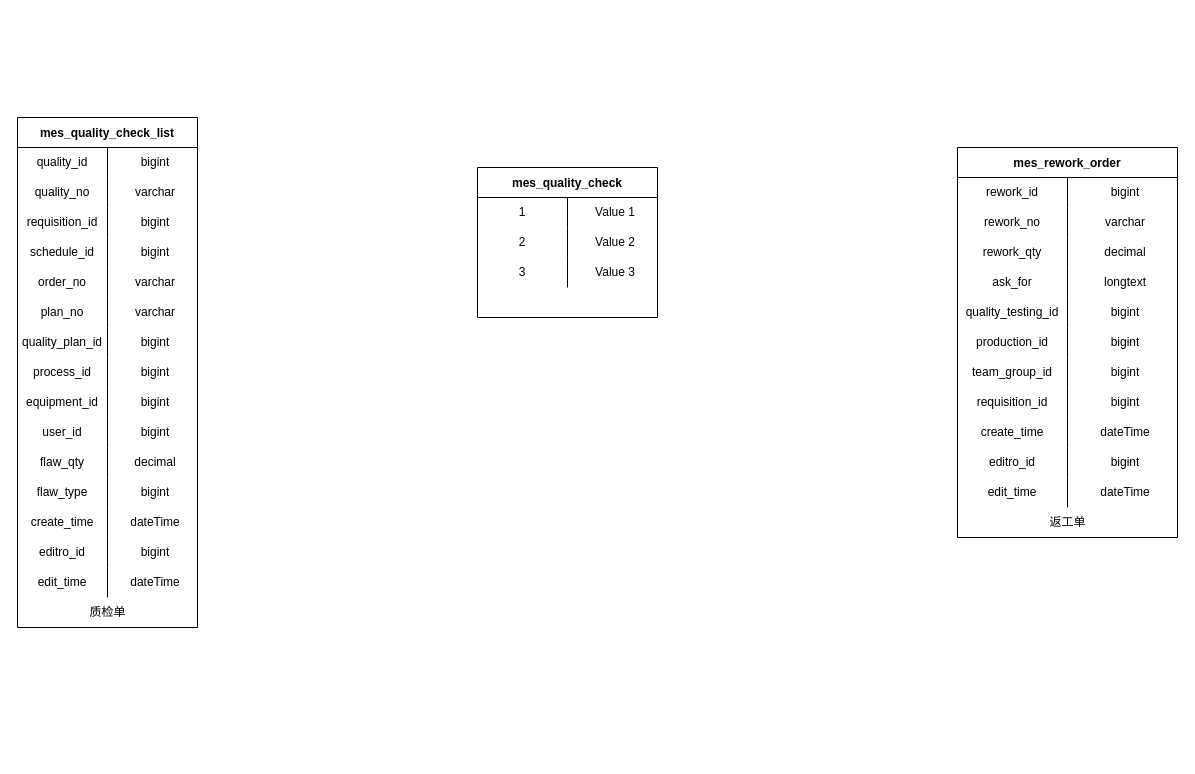
The draw.io diagram page "质检&返工单管理" (2 of 5) of 数据表.drawio in KNAI-I/test, before the edit. Source tidied: cells renumbered, new cells numbered last; positions are measured from the earlier drawing's top-left corner, leaving out a move shared by most shapes. Both pictures are drawn from the tidied source at 100%, with x=0, y=0 at pixel (17, 117).
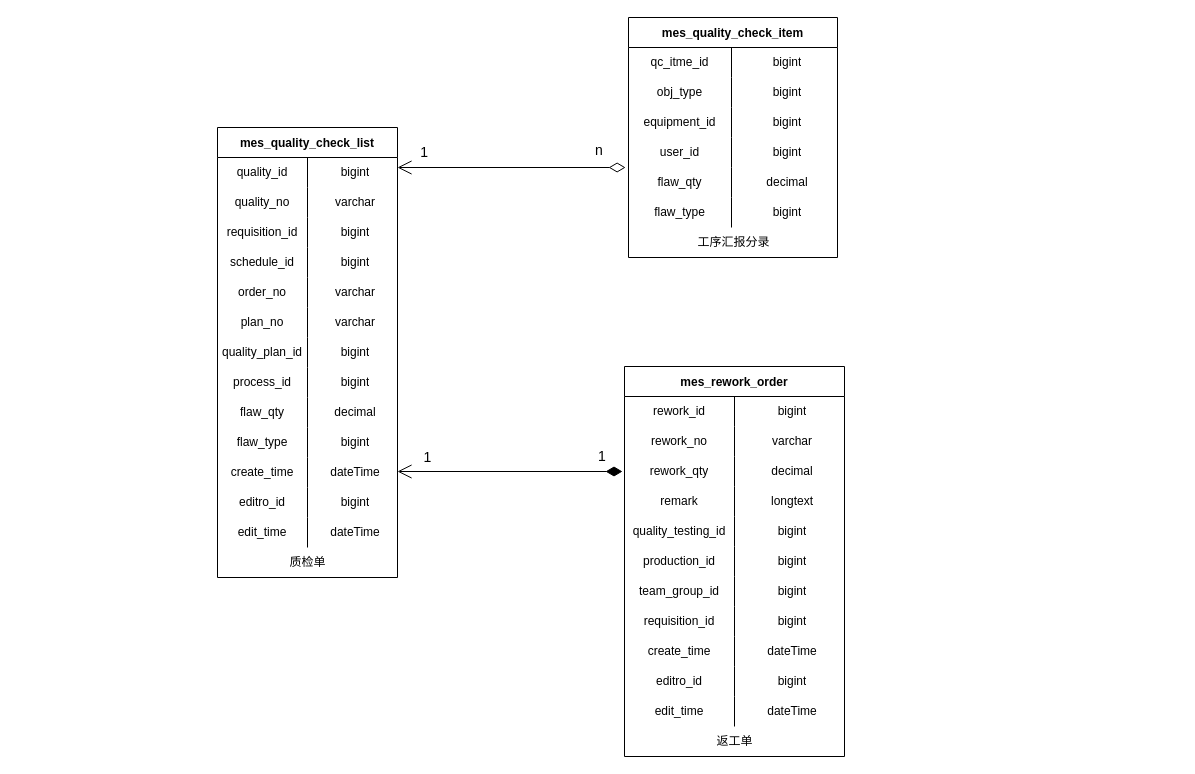
After the change.

Unchanged cells that the change refers to:
```xml
<mxCell id="59" style="shape=tableRow;horizontal=0;startSize=0;swimlaneHead=0;swimlaneBody=0;top=0;left=0;bottom=0;right=0;fillColor=none;" parent="49" vertex="1">
  <mxGeometry y="120" width="220" height="30" as="geometry" />
</mxCell>
```

Diff of the diagram source:
```diff
@@
     <mxCell id="2" value="mes_quality_check_list" style="shape=table;startSize=30;childLayout=tableLayout;rowLines=0;fontStyle=1;" parent="1" vertex="1">
-      <mxGeometry width="180" height="510" as="geometry" />
+      <mxGeometry x="200" y="10" width="180" height="450" as="geometry" />
     </mxCell>
@@
-    <mxCell id="27" style="shape=tableRow;horizontal=0;startSize=0;swimlaneHead=0;swimlaneBody=0;top=0;left=0;bottom=0;right=0;fillColor=none;" parent="2" vertex="1">
-      <mxGeometry y="270" width="180" height="30" as="geometry" />
-    </mxCell>
-    <mxCell id="28" value="equipment_id" style="shape=partialRectangle;html=1;whiteSpace=wrap;fillColor=none;top=0;left=0;bottom=0;right=0;overflow=hidden;" parent="27" vertex="1">
-      <mxGeometry width="90" height="30" as="geometry" />
-    </mxCell>
-    <mxCell id="29" value="bigint" style="shape=partialRectangle;html=1;whiteSpace=wrap;fillColor=none;top=0;left=0;bottom=0;right=0;align=center;spacingLeft=6;overflow=hidden;" parent="27" vertex="1">
-      <mxGeometry x="90" width="90" height="30" as="geometry" />
-    </mxCell>
-    <mxCell id="30" style="shape=tableRow;horizontal=0;startSize=0;swimlaneHead=0;swimlaneBody=0;top=0;left=0;bottom=0;right=0;fillColor=none;" parent="2" vertex="1">
-      <mxGeometry y="300" width="180" height="30" as="geometry" />
-    </mxCell>
-    <mxCell id="31" value="user_id" style="shape=partialRectangle;html=1;whiteSpace=wrap;fillColor=none;top=0;left=0;bottom=0;right=0;overflow=hidden;" parent="30" vertex="1">
-      <mxGeometry width="90" height="30" as="geometry" />
-    </mxCell>
-    <mxCell id="32" value="bigint" style="shape=partialRectangle;html=1;whiteSpace=wrap;fillColor=none;top=0;left=0;bottom=0;right=0;align=center;spacingLeft=6;overflow=hidden;" parent="30" vertex="1">
-      <mxGeometry x="90" width="90" height="30" as="geometry" />
-    </mxCell>
     <mxCell id="33" style="shape=tableRow;horizontal=0;startSize=0;swimlaneHead=0;swimlaneBody=0;top=0;left=0;bottom=0;right=0;fillColor=none;" parent="2" vertex="1">
-      <mxGeometry y="330" width="180" height="30" as="geometry" />
+      <mxGeometry y="270" width="180" height="30" as="geometry" />
     </mxCell>
@@
     <mxCell id="36" style="shape=tableRow;horizontal=0;startSize=0;swimlaneHead=0;swimlaneBody=0;top=0;left=0;bottom=0;right=0;fillColor=none;" parent="2" vertex="1">
-      <mxGeometry y="360" width="180" height="30" as="geometry" />
+      <mxGeometry y="300" width="180" height="30" as="geometry" />
     </mxCell>
@@
     <mxCell id="39" style="shape=tableRow;horizontal=0;startSize=0;swimlaneHead=0;swimlaneBody=0;top=0;left=0;bottom=0;right=0;fillColor=none;" parent="2" vertex="1">
-      <mxGeometry y="390" width="180" height="30" as="geometry" />
+      <mxGeometry y="330" width="180" height="30" as="geometry" />
     </mxCell>
@@
     <mxCell id="42" style="shape=tableRow;horizontal=0;startSize=0;swimlaneHead=0;swimlaneBody=0;top=0;left=0;bottom=0;right=0;fillColor=none;" parent="2" vertex="1">
-      <mxGeometry y="420" width="180" height="30" as="geometry" />
+      <mxGeometry y="360" width="180" height="30" as="geometry" />
     </mxCell>
@@
     <mxCell id="45" style="shape=tableRow;horizontal=0;startSize=0;swimlaneHead=0;swimlaneBody=0;top=0;left=0;bottom=0;right=0;fillColor=none;" parent="2" vertex="1">
-      <mxGeometry y="450" width="180" height="30" as="geometry" />
+      <mxGeometry y="390" width="180" height="30" as="geometry" />
     </mxCell>
@@
     <mxCell id="48" value="质检单" style="text;html=1;align=center;verticalAlign=middle;strokeColor=none;fillColor=none;" parent="1" vertex="1">
-      <mxGeometry x="60" y="480" width="60" height="30" as="geometry" />
+      <mxGeometry x="260" y="430" width="60" height="30" as="geometry" />
     </mxCell>
     <mxCell id="49" value="mes_rework_order" style="shape=table;startSize=30;childLayout=tableLayout;rowLines=0;fontStyle=1;" parent="1" vertex="1">
-      <mxGeometry x="940" y="30" width="220" height="390" as="geometry" />
+      <mxGeometry x="607" y="249" width="220" height="390" as="geometry" />
     </mxCell>
@@
-    <mxCell id="60" value="ask_for" style="shape=partialRectangle;html=1;whiteSpace=wrap;fillColor=none;top=0;left=0;bottom=0;right=0;overflow=hidden;" parent="59" vertex="1">
+    <mxCell id="60" value="remark" style="shape=partialRectangle;html=1;whiteSpace=wrap;fillColor=none;top=0;left=0;bottom=0;right=0;overflow=hidden;" parent="59" vertex="1">
       <mxGeometry width="110" height="30" as="geometry" />
     </mxCell>
@@
     <mxCell id="83" value="返工单" style="text;html=1;align=center;verticalAlign=middle;strokeColor=none;fillColor=none;" parent="1" vertex="1">
-      <mxGeometry x="1020" y="390" width="60" height="30" as="geometry" />
+      <mxGeometry x="687" y="609" width="60" height="30" as="geometry" />
     </mxCell>
-    <mxCell id="84" value="mes_quality_check" style="shape=table;startSize=30;childLayout=tableLayout;rowLines=0;fontStyle=1;" parent="1" vertex="1">
-      <mxGeometry x="460" y="50" width="180" height="150" as="geometry" />
-    </mxCell>
-    <mxCell id="85" style="shape=tableRow;horizontal=0;startSize=0;swimlaneHead=0;swimlaneBody=0;top=0;left=0;bottom=0;right=0;fillColor=none;" parent="84" vertex="1">
-      <mxGeometry y="30" width="180" height="30" as="geometry" />
-    </mxCell>
-    <mxCell id="86" value="1" style="shape=partialRectangle;html=1;whiteSpace=wrap;fillColor=none;top=0;left=0;bottom=0;right=0;overflow=hidden;" parent="85" vertex="1">
-      <mxGeometry width="90" height="30" as="geometry" />
-    </mxCell>
-    <mxCell id="87" value="Value 1" style="shape=partialRectangle;html=1;whiteSpace=wrap;fillColor=none;top=0;left=0;bottom=0;right=0;align=center;spacingLeft=6;overflow=hidden;" parent="85" vertex="1">
-      <mxGeometry x="90" width="90" height="30" as="geometry" />
-    </mxCell>
-    <mxCell id="88" style="shape=tableRow;horizontal=0;startSize=0;swimlaneHead=0;swimlaneBody=0;top=0;left=0;bottom=0;right=0;fillColor=none;" parent="84" vertex="1">
-      <mxGeometry y="60" width="180" height="30" as="geometry" />
-    </mxCell>
-    <mxCell id="89" value="2" style="shape=partialRectangle;html=1;whiteSpace=wrap;fillColor=none;top=0;left=0;bottom=0;right=0;overflow=hidden;" parent="88" vertex="1">
-      <mxGeometry width="90" height="30" as="geometry" />
-    </mxCell>
-    <mxCell id="90" value="Value 2" style="shape=partialRectangle;html=1;whiteSpace=wrap;fillColor=none;top=0;left=0;bottom=0;right=0;align=center;spacingLeft=6;overflow=hidden;" parent="88" vertex="1">
-      <mxGeometry x="90" width="90" height="30" as="geometry" />
-    </mxCell>
-    <mxCell id="91" style="shape=tableRow;horizontal=0;startSize=0;swimlaneHead=0;swimlaneBody=0;top=0;left=0;bottom=0;right=0;fillColor=none;" parent="84" vertex="1">
-      <mxGeometry y="90" width="180" height="30" as="geometry" />
-    </mxCell>
-    <mxCell id="92" value="3" style="shape=partialRectangle;html=1;whiteSpace=wrap;fillColor=none;top=0;left=0;bottom=0;right=0;overflow=hidden;" parent="91" vertex="1">
-      <mxGeometry width="90" height="30" as="geometry" />
-    </mxCell>
-    <mxCell id="93" value="Value 3" style="shape=partialRectangle;html=1;whiteSpace=wrap;fillColor=none;top=0;left=0;bottom=0;right=0;align=center;spacingLeft=6;overflow=hidden;" parent="91" vertex="1">
-      <mxGeometry x="90" width="90" height="30" as="geometry" />
-    </mxCell>
+    <mxCell id="94" value="mes_quality_check_item" style="shape=table;startSize=30;childLayout=tableLayout;rowLines=0;fontStyle=1;" parent="1" vertex="1">
+      <mxGeometry x="611" y="-100" width="209" height="240" as="geometry" />
+    </mxCell>
+    <mxCell id="95" style="shape=tableRow;horizontal=0;startSize=0;swimlaneHead=0;swimlaneBody=0;top=0;left=0;bottom=0;right=0;fillColor=none;" parent="94" vertex="1">
+      <mxGeometry y="30" width="209" height="30" as="geometry" />
+    </mxCell>
+    <mxCell id="96" value="qc_itme_id" style="shape=partialRectangle;html=1;whiteSpace=wrap;fillColor=none;top=0;left=0;bottom=0;right=0;overflow=hidden;" parent="95" vertex="1">
+      <mxGeometry width="103" height="30" as="geometry" />
+    </mxCell>
+    <mxCell id="97" value="bigint" style="shape=partialRectangle;html=1;whiteSpace=wrap;fillColor=none;top=0;left=0;bottom=0;right=0;align=center;spacingLeft=6;overflow=hidden;" parent="95" vertex="1">
+      <mxGeometry x="103" width="106" height="30" as="geometry" />
+    </mxCell>
+    <mxCell id="98" style="shape=tableRow;horizontal=0;startSize=0;swimlaneHead=0;swimlaneBody=0;top=0;left=0;bottom=0;right=0;fillColor=none;" parent="94" vertex="1">
+      <mxGeometry y="60" width="209" height="30" as="geometry" />
+    </mxCell>
+    <mxCell id="99" value="obj_type" style="shape=partialRectangle;html=1;whiteSpace=wrap;fillColor=none;top=0;left=0;bottom=0;right=0;overflow=hidden;" parent="98" vertex="1">
+      <mxGeometry width="103" height="30" as="geometry" />
+    </mxCell>
+    <mxCell id="100" value="bigint" style="shape=partialRectangle;html=1;whiteSpace=wrap;fillColor=none;top=0;left=0;bottom=0;right=0;align=center;spacingLeft=6;overflow=hidden;" parent="98" vertex="1">
+      <mxGeometry x="103" width="106" height="30" as="geometry" />
+    </mxCell>
+    <mxCell id="101" style="shape=tableRow;horizontal=0;startSize=0;swimlaneHead=0;swimlaneBody=0;top=0;left=0;bottom=0;right=0;fillColor=none;" parent="94" vertex="1">
+      <mxGeometry y="90" width="209" height="30" as="geometry" />
+    </mxCell>
+    <mxCell id="28" value="equipment_id" style="shape=partialRectangle;html=1;whiteSpace=wrap;fillColor=none;top=0;left=0;bottom=0;right=0;overflow=hidden;" parent="101" vertex="1">
+      <mxGeometry width="103" height="30" as="geometry" />
+    </mxCell>
+    <mxCell id="102" value="bigint" style="shape=partialRectangle;html=1;whiteSpace=wrap;fillColor=none;top=0;left=0;bottom=0;right=0;align=center;spacingLeft=6;overflow=hidden;" parent="101" vertex="1">
+      <mxGeometry x="103" width="106" height="30" as="geometry" />
+    </mxCell>
+    <mxCell id="103" style="shape=tableRow;horizontal=0;startSize=0;swimlaneHead=0;swimlaneBody=0;top=0;left=0;bottom=0;right=0;fillColor=none;" parent="94" vertex="1">
+      <mxGeometry y="120" width="209" height="30" as="geometry" />
+    </mxCell>
+    <mxCell id="31" value="user_id" style="shape=partialRectangle;html=1;whiteSpace=wrap;fillColor=none;top=0;left=0;bottom=0;right=0;overflow=hidden;" parent="103" vertex="1">
+      <mxGeometry width="103" height="30" as="geometry" />
+    </mxCell>
+    <mxCell id="104" value="bigint" style="shape=partialRectangle;html=1;whiteSpace=wrap;fillColor=none;top=0;left=0;bottom=0;right=0;align=center;spacingLeft=6;overflow=hidden;" parent="103" vertex="1">
+      <mxGeometry x="103" width="106" height="30" as="geometry" />
+    </mxCell>
+    <mxCell id="105" style="shape=tableRow;horizontal=0;startSize=0;swimlaneHead=0;swimlaneBody=0;top=0;left=0;bottom=0;right=0;fillColor=none;" parent="94" vertex="1">
+      <mxGeometry y="150" width="209" height="30" as="geometry" />
+    </mxCell>
+    <mxCell id="106" value="flaw_qty" style="shape=partialRectangle;html=1;whiteSpace=wrap;fillColor=none;top=0;left=0;bottom=0;right=0;overflow=hidden;" parent="105" vertex="1">
+      <mxGeometry width="103" height="30" as="geometry" />
+    </mxCell>
+    <mxCell id="107" value="decimal" style="shape=partialRectangle;html=1;whiteSpace=wrap;fillColor=none;top=0;left=0;bottom=0;right=0;align=center;spacingLeft=6;overflow=hidden;" parent="105" vertex="1">
+      <mxGeometry x="103" width="106" height="30" as="geometry" />
+    </mxCell>
+    <mxCell id="108" style="shape=tableRow;horizontal=0;startSize=0;swimlaneHead=0;swimlaneBody=0;top=0;left=0;bottom=0;right=0;fillColor=none;" parent="94" vertex="1">
+      <mxGeometry y="180" width="209" height="30" as="geometry" />
+    </mxCell>
+    <mxCell id="109" value="flaw_type" style="shape=partialRectangle;html=1;whiteSpace=wrap;fillColor=none;top=0;left=0;bottom=0;right=0;overflow=hidden;" parent="108" vertex="1">
+      <mxGeometry width="103" height="30" as="geometry" />
+    </mxCell>
+    <mxCell id="110" value="bigint" style="shape=partialRectangle;html=1;whiteSpace=wrap;fillColor=none;top=0;left=0;bottom=0;right=0;align=center;spacingLeft=6;overflow=hidden;" parent="108" vertex="1">
+      <mxGeometry x="103" width="106" height="30" as="geometry" />
+    </mxCell>
+    <mxCell id="111" value="工序汇报分录" style="text;html=1;align=center;verticalAlign=middle;strokeColor=none;fillColor=none;" parent="1" vertex="1">
+      <mxGeometry x="665.5" y="110" width="100" height="30" as="geometry" />
+    </mxCell>
+    <mxCell id="112" style="endArrow=open;html=1;endSize=12;startArrow=diamondThin;startSize=14;startFill=0;edgeStyle=orthogonalEdgeStyle;rounded=0;fontSize=14;entryX=1;entryY=0.733;entryDx=0;entryDy=0;entryPerimeter=0;exitX=-0.014;exitY=0.067;exitDx=0;exitDy=0;exitPerimeter=0;" parent="1" edge="1">
+      <mxGeometry relative="1" as="geometry">
+        <mxPoint x="608.1" y="50" as="sourcePoint" />
+        <mxPoint x="380" y="50" as="targetPoint" />
+      </mxGeometry>
+    </mxCell>
+    <mxCell id="113" value="n" style="edgeLabel;html=1;align=left;verticalAlign=top;fontSize=14;" parent="112" vertex="1">
+      <mxGeometry x="-1" relative="1" as="geometry">
+        <mxPoint x="-32" y="-32" as="offset" />
+      </mxGeometry>
+    </mxCell>
+    <mxCell id="114" value="1" style="edgeLabel;html=1;align=right;verticalAlign=top;fontSize=14;" parent="112" vertex="1">
+      <mxGeometry x="1" relative="1" as="geometry">
+        <mxPoint x="31" y="-30" as="offset" />
+      </mxGeometry>
+    </mxCell>
+    <mxCell id="115" value="1" style="endArrow=open;html=1;endSize=12;startArrow=diamondThin;startSize=14;startFill=1;edgeStyle=orthogonalEdgeStyle;align=left;verticalAlign=bottom;rounded=0;fontSize=14;exitX=-0.009;exitY=0.133;exitDx=0;exitDy=0;exitPerimeter=0;" parent="1" edge="1">
+      <mxGeometry x="-0.77" y="-4" relative="1" as="geometry">
+        <mxPoint x="605" y="354" as="sourcePoint" />
+        <mxPoint x="380" y="354" as="targetPoint" />
+      </mxGeometry>
+    </mxCell>
+    <mxCell id="116" value="1" style="text;html=1;align=center;verticalAlign=middle;strokeColor=none;fillColor=none;fontSize=14;" parent="1" vertex="1">
+      <mxGeometry x="395" y="325" width="30" height="30" as="geometry" />
+    </mxCell>
```
